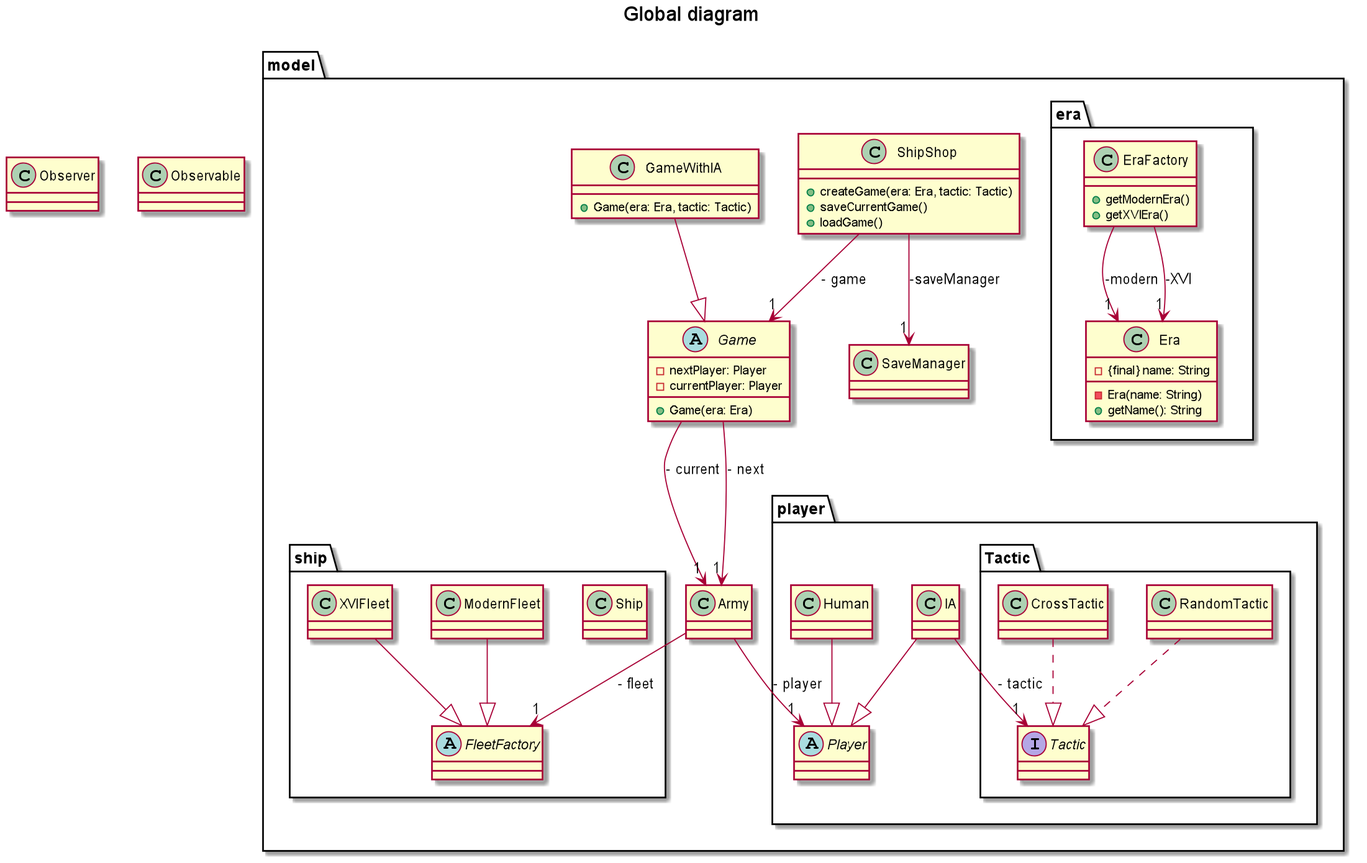
This is doc/conception/image/class/global.png from Reynault/ShipShop, a PlantUML export, as it was before one commit.
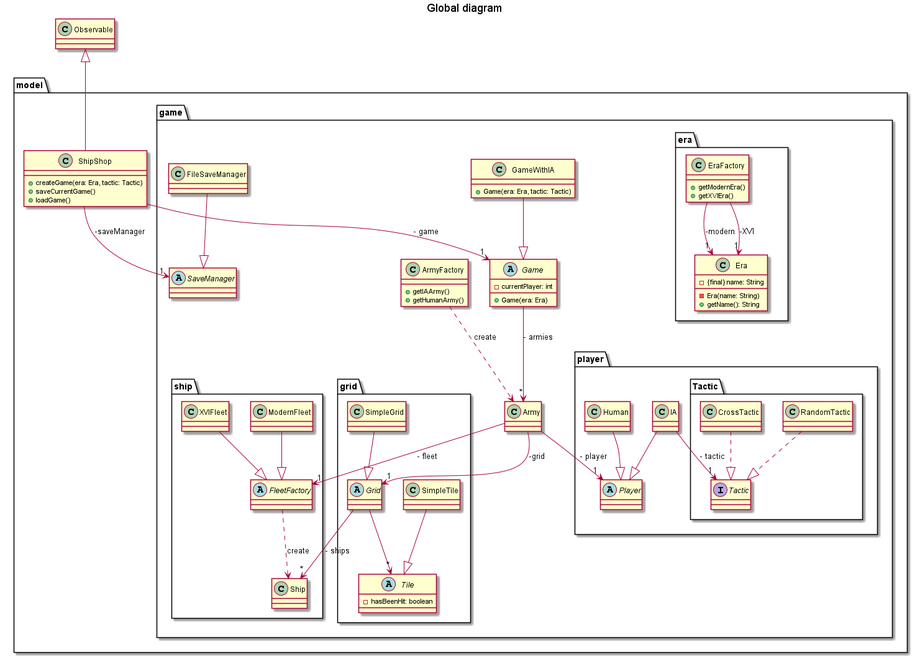
After the change.

The edit, as a diff of the source:
```diff
@@ -1,10 +1,6 @@
 @startuml
 
 title Global diagram
-
-class Observer{
-
-}
 
 class Observable{
 
@@ -18,87 +14,118 @@
         + loadGame()
     }
 
-    abstract Game{
-        - nextPlayer: Player
-        - currentPlayer: Player
-        + Game(era: Era)
-    }
+    package game{
 
-    class GameWithIA{
-        + Game(era: Era, tactic: Tactic)
-    }
+        abstract Game{
+            - currentPlayer: int
+            + Game(era: Era)
+        }
 
-    class Army{
+        class GameWithIA{
+            + Game(era: Era, tactic: Tactic)
+        }
 
-    }
+        class ArmyFactory{
+            + getIAArmy()
+            + getHumanArmy()
+        }
 
-    class SaveManager{
-
-    }
-
-    package ship{
-
-        class Ship{
+        class Army{
 
         }
 
-        abstract FleetFactory{
+        abstract SaveManager{
 
         }
 
-        class ModernFleet{
+        class FileSaveManager{
 
         }
 
-        class XVIFleet{
+        package grid{
 
-        }
+            abstract Grid{
+            }
 
-    }
-
-
-    package era{
-
-        class Era{
-            - {final} name: String
-            - Era(name: String)
-            + getName(): String
-        }
-
-        class EraFactory{
-            + getModernEra()
-            + getXVIEra()
-        }
-
-    }
-
-    package player{
-
-        abstract Player{
-
-        }
-
-        class IA{
-
-        }
-
-        package Tactic{
-
-            interface Tactic{
+            class SimpleGrid{
 
             }
 
-            class RandomTactic{
-
+            abstract Tile{
+                - hasBeenHit: boolean
             }
 
-            class CrossTactic{
+            class SimpleTile{
 
             }
 
         }
 
-        class Human{
+        package ship{
+
+            class Ship{
+
+            }
+
+            abstract FleetFactory{
+
+            }
+
+            class ModernFleet{
+
+            }
+
+            class XVIFleet{
+
+            }
+
+        }
+
+
+        package era{
+
+            class Era{
+                - {final} name: String
+                - Era(name: String)
+                + getName(): String
+            }
+
+            class EraFactory{
+                + getModernEra()
+                + getXVIEra()
+            }
+
+        }
+
+        package player{
+
+            abstract Player{
+
+            }
+
+            class IA{
+
+            }
+
+            package Tactic{
+
+                interface Tactic{
+
+                }
+
+                class RandomTactic{
+
+                }
+
+                class CrossTactic{
+
+                }
+
+            }
+
+            class Human{
+
+            }
 
         }
 
@@ -108,12 +135,23 @@
 
 ShipShop --> "1" Game: - game
 ShipShop --> "1" SaveManager: -saveManager
+ShipShop -up-|> Observable
 
-Game --> "1" Army: - current
-Game --> "1" Army: - next
+Game --> "*" Army: - armies
+
+Grid --> "*" Ship: - ships
+Grid --> "*" Tile
+
+FleetFactory ..> Ship: "create"
+
+SimpleGrid --|> Grid
+SimpleTile --|> Tile
+
+ArmyFactory ..>  Army: "create"
 
 Army --> "1" Player: - player
 Army --> "1" FleetFactory: - fleet
+Army --> "1" Grid: -grid
 
 GameWithIA --|> Game
 
@@ -131,4 +169,6 @@
 RandomTactic ..|> Tactic
 CrossTactic ..|> Tactic
 
+FileSaveManager --|> SaveManager
+
 @enduml
```
